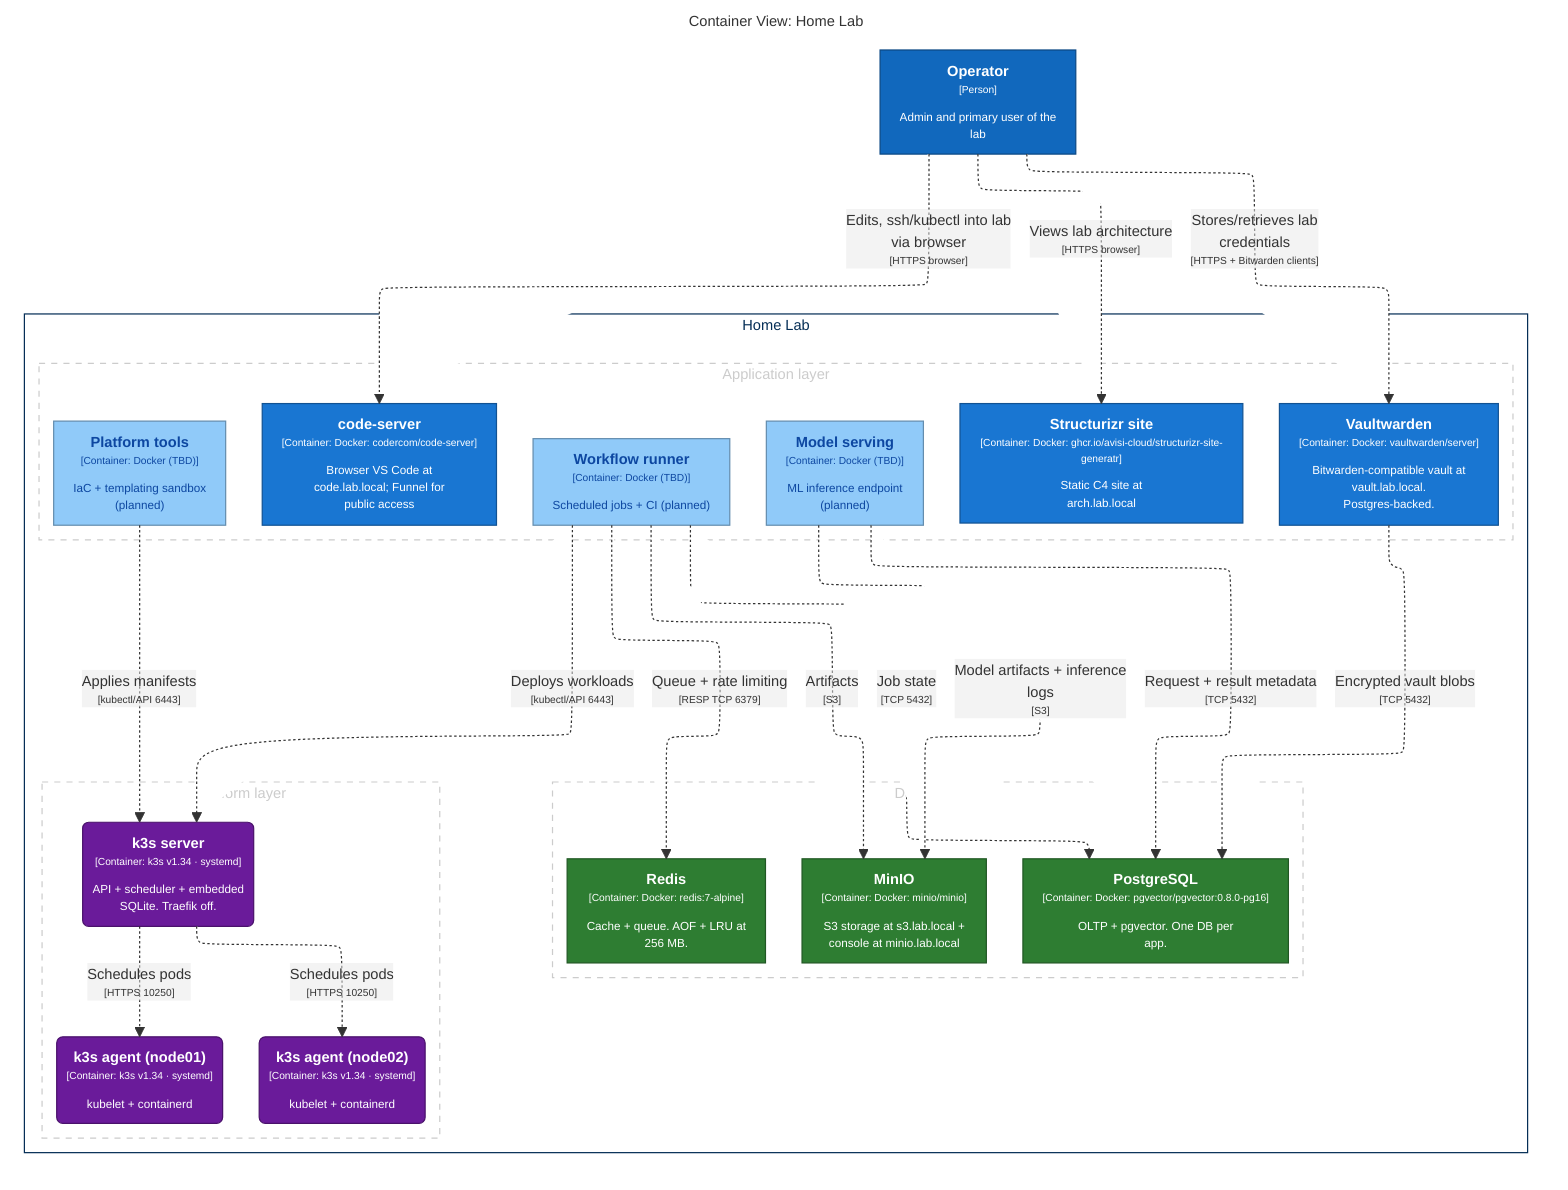
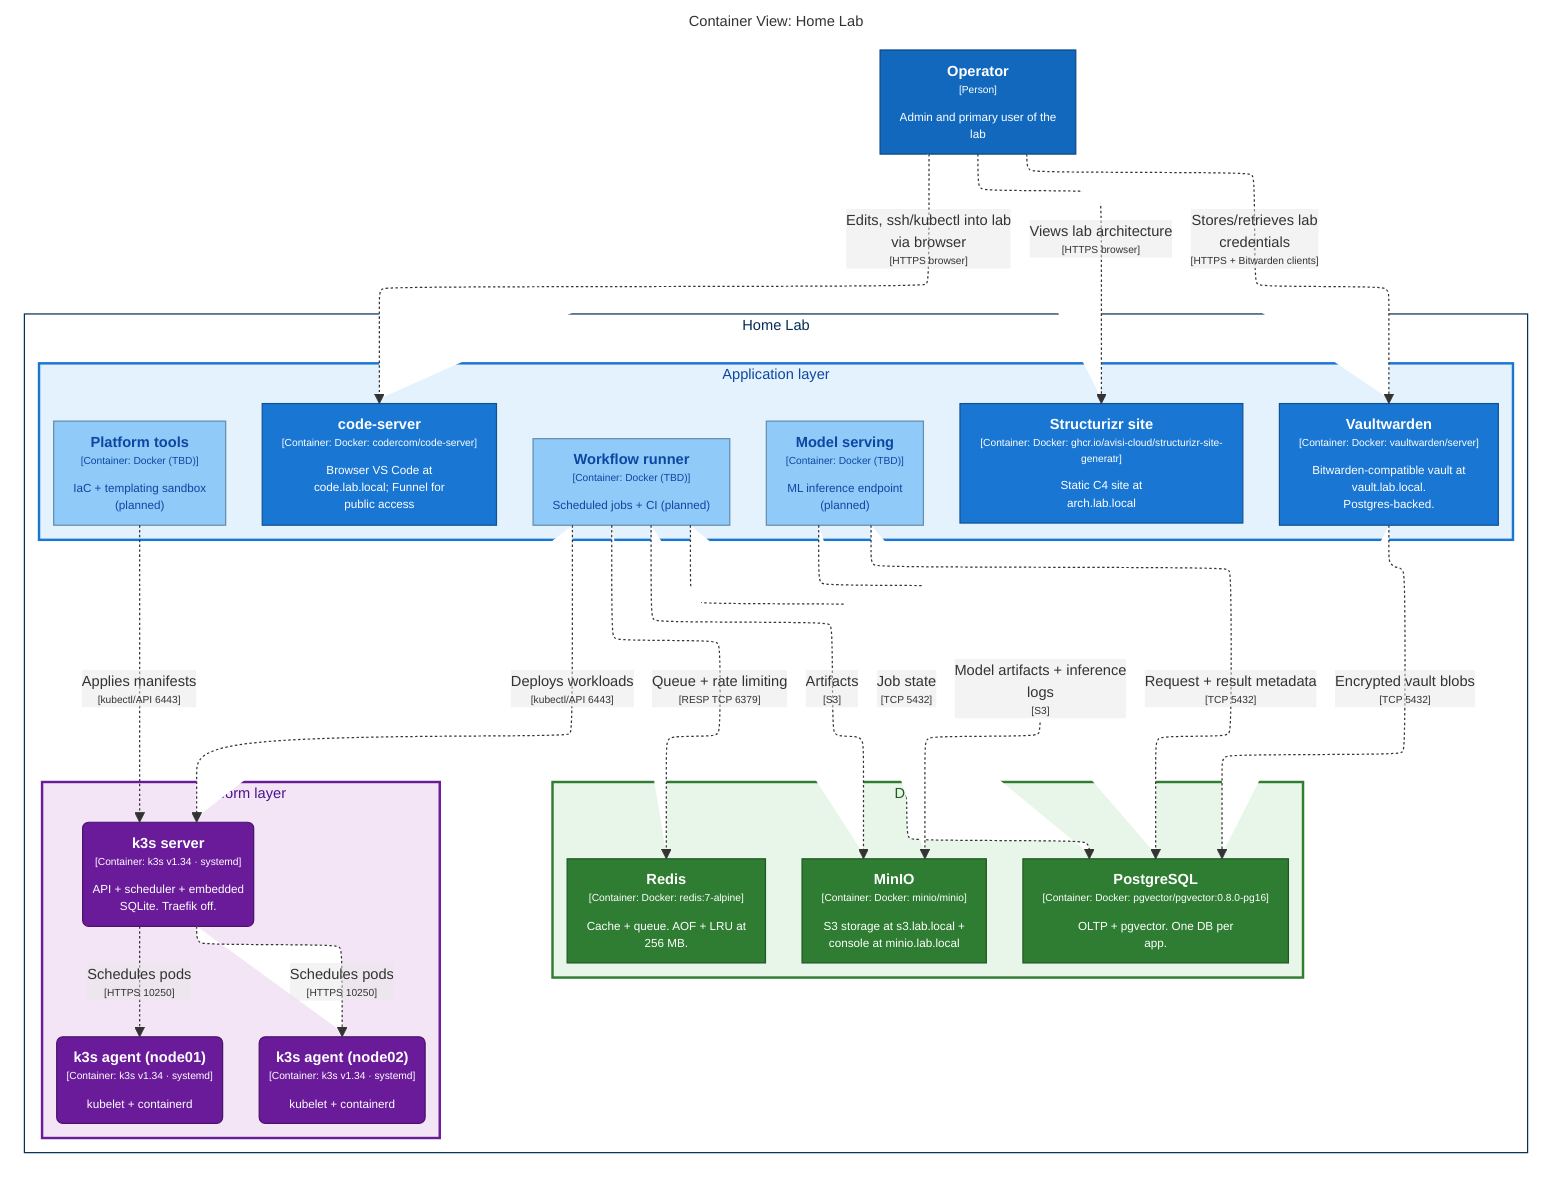
%%{init: {
  "theme": "default",
  "themeVariables": {"fontSize": "12px", "fontFamily": "arial"},
  "flowchart": {
    "defaultRenderer": "elk",
    "rankSpacing": 50,
    "nodeSpacing": 30,
    "padding": 8,
    "curve": "basis"
  }
}}%%
graph TB
  linkStyle default fill:#ffffff

  subgraph diagram ["Container View: Home Lab"]
    style diagram fill:#ffffff,stroke:#ffffff

    1["<div style='font-weight: bold'>Operator</div><div style='font-size: 70%; margin-top: 0px'>[Person]</div><div style='font-size: 80%; margin-top:10px'>Admin and primary user of the<br />lab</div>"]
    style 1 fill:#1168bd,stroke:#0b4884,color:#ffffff

    subgraph 5 ["Home Lab"]
      style 5 fill:#ffffff,stroke:#052e56,color:#052e56

      subgraph group1 ["Application layer"]
-         style group1 fill:#ffffff,stroke:#cccccc,color:#cccccc,stroke-dasharray:5
+         style group1 fill:#e3f2fd,stroke:#1976d2,color:#0d47a1,stroke-width:2px

        10["<div style='font-weight: bold'>Platform tools</div><div style='font-size: 70%; margin-top: 0px'>[Container: Docker (TBD)]</div><div style='font-size: 80%; margin-top:10px'>IaC + templating sandbox<br />(planned)</div>"]
        style 10 fill:#90caf9,stroke:#648dae,color:#0d47a1
        11["<div style='font-weight: bold'>Model serving</div><div style='font-size: 70%; margin-top: 0px'>[Container: Docker (TBD)]</div><div style='font-size: 80%; margin-top:10px'>ML inference endpoint<br />(planned)</div>"]
        style 11 fill:#90caf9,stroke:#648dae,color:#0d47a1
        12["<div style='font-weight: bold'>Structurizr site</div><div style='font-size: 70%; margin-top: 0px'>[Container: Docker: ghcr.io/avisi-cloud/structurizr-site-generatr]</div><div style='font-size: 80%; margin-top:10px'>Static C4 site at<br />arch.lab.local</div>"]
        style 12 fill:#1976d2,stroke:#115293,color:#ffffff
        13["<div style='font-weight: bold'>code-server</div><div style='font-size: 70%; margin-top: 0px'>[Container: Docker: codercom/code-server]</div><div style='font-size: 80%; margin-top:10px'>Browser VS Code at<br />code.lab.local; Funnel for<br />public access</div>"]
        style 13 fill:#1976d2,stroke:#115293,color:#ffffff
        14["<div style='font-weight: bold'>Vaultwarden</div><div style='font-size: 70%; margin-top: 0px'>[Container: Docker: vaultwarden/server]</div><div style='font-size: 80%; margin-top:10px'>Bitwarden-compatible vault at<br />vault.lab.local.<br />Postgres-backed.</div>"]
        style 14 fill:#1976d2,stroke:#115293,color:#ffffff
        9["<div style='font-weight: bold'>Workflow runner</div><div style='font-size: 70%; margin-top: 0px'>[Container: Docker (TBD)]</div><div style='font-size: 80%; margin-top:10px'>Scheduled jobs + CI (planned)</div>"]
        style 9 fill:#90caf9,stroke:#648dae,color:#0d47a1
      end

      subgraph group2 ["Data layer"]
-         style group2 fill:#ffffff,stroke:#cccccc,color:#cccccc,stroke-dasharray:5
+         style group2 fill:#e8f5e9,stroke:#2e7d32,color:#1b5e20,stroke-width:2px

        18["<div style='font-weight: bold'>PostgreSQL</div><div style='font-size: 70%; margin-top: 0px'>[Container: Docker: pgvector/pgvector:0.8.0-pg16]</div><div style='font-size: 80%; margin-top:10px'>OLTP + pgvector. One DB per<br />app.</div>"]
        style 18 fill:#2e7d32,stroke:#205723,color:#ffffff
        19["<div style='font-weight: bold'>MinIO</div><div style='font-size: 70%; margin-top: 0px'>[Container: Docker: minio/minio]</div><div style='font-size: 80%; margin-top:10px'>S3 storage at s3.lab.local +<br />console at minio.lab.local</div>"]
        style 19 fill:#2e7d32,stroke:#205723,color:#ffffff
        20["<div style='font-weight: bold'>Redis</div><div style='font-size: 70%; margin-top: 0px'>[Container: Docker: redis:7-alpine]</div><div style='font-size: 80%; margin-top:10px'>Cache + queue. AOF + LRU at<br />256 MB.</div>"]
        style 20 fill:#2e7d32,stroke:#205723,color:#ffffff
      end

      subgraph group3 ["Platform layer"]
-         style group3 fill:#ffffff,stroke:#cccccc,color:#cccccc,stroke-dasharray:5
+         style group3 fill:#f3e5f5,stroke:#6a1b9a,color:#4a148c,stroke-width:2px

        15("<div style='font-weight: bold'>k3s server</div><div style='font-size: 70%; margin-top: 0px'>[Container: k3s v1.34 · systemd]</div><div style='font-size: 80%; margin-top:10px'>API + scheduler + embedded<br />SQLite. Traefik off.</div>")
        style 15 fill:#6a1b9a,stroke:#4a126b,color:#ffffff
        16("<div style='font-weight: bold'>k3s agent (node01)</div><div style='font-size: 70%; margin-top: 0px'>[Container: k3s v1.34 · systemd]</div><div style='font-size: 80%; margin-top:10px'>kubelet + containerd</div>")
        style 16 fill:#6a1b9a,stroke:#4a126b,color:#ffffff
        17("<div style='font-weight: bold'>k3s agent (node02)</div><div style='font-size: 70%; margin-top: 0px'>[Container: k3s v1.34 · systemd]</div><div style='font-size: 80%; margin-top:10px'>kubelet + containerd</div>")
        style 17 fill:#6a1b9a,stroke:#4a126b,color:#ffffff
      end

    end

    1-. "<div>Views lab architecture</div><div style='font-size: 70%'>[HTTPS browser]</div>" .->12
    1-. "<div>Edits, ssh/kubectl into lab<br />via browser</div><div style='font-size: 70%'>[HTTPS browser]</div>" .->13
    1-. "<div>Stores/retrieves lab<br />credentials</div><div style='font-size: 70%'>[HTTPS + Bitwarden clients]</div>" .->14
    15-. "<div>Schedules pods</div><div style='font-size: 70%'>[HTTPS 10250]</div>" .->16
    15-. "<div>Schedules pods</div><div style='font-size: 70%'>[HTTPS 10250]</div>" .->17
    9-. "<div>Job state</div><div style='font-size: 70%'>[TCP 5432]</div>" .->18
    9-. "<div>Artifacts</div><div style='font-size: 70%'>[S3]</div>" .->19
    9-. "<div>Queue + rate limiting</div><div style='font-size: 70%'>[RESP TCP 6379]</div>" .->20
    11-. "<div>Model artifacts + inference<br />logs</div><div style='font-size: 70%'>[S3]</div>" .->19
    11-. "<div>Request + result metadata</div><div style='font-size: 70%'>[TCP 5432]</div>" .->18
    14-. "<div>Encrypted vault blobs</div><div style='font-size: 70%'>[TCP 5432]</div>" .->18
    10-. "<div>Applies manifests</div><div style='font-size: 70%'>[kubectl/API 6443]</div>" .->15
    9-. "<div>Deploys workloads</div><div style='font-size: 70%'>[kubectl/API 6443]</div>" .->15

  end